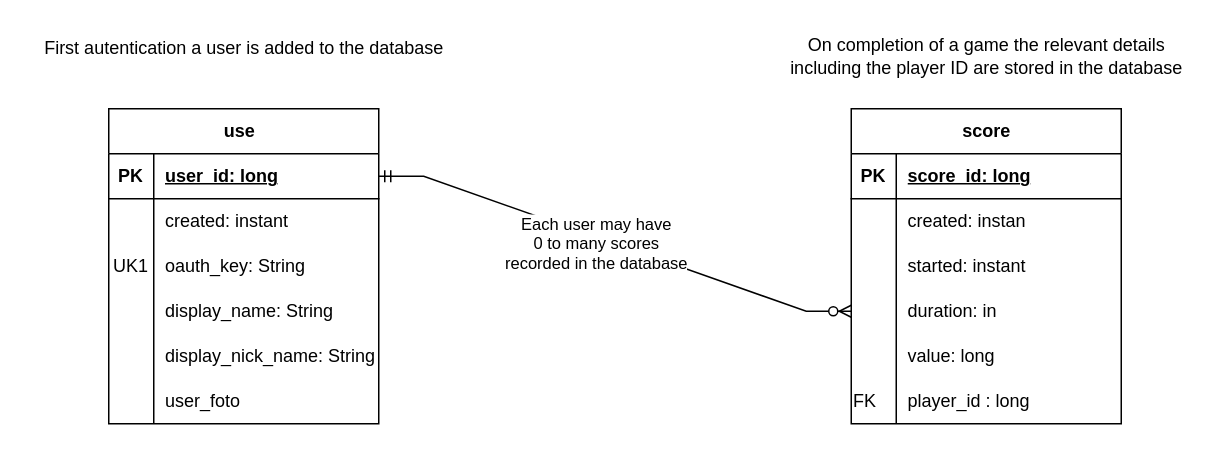
ddc-java-16/gravity-game-Marc0E keeps this draw.io diagram as work/GravityDB.drawio. Above is the earlier version. Source tidied: cells renumbered, new cells numbered last; positions are measured from the earlier drawing's top-left corner, leaving out a move shared by most shapes. Both pictures are drawn from the tidied source at 150%, with x=0, y=0 at pixel (26, 26).
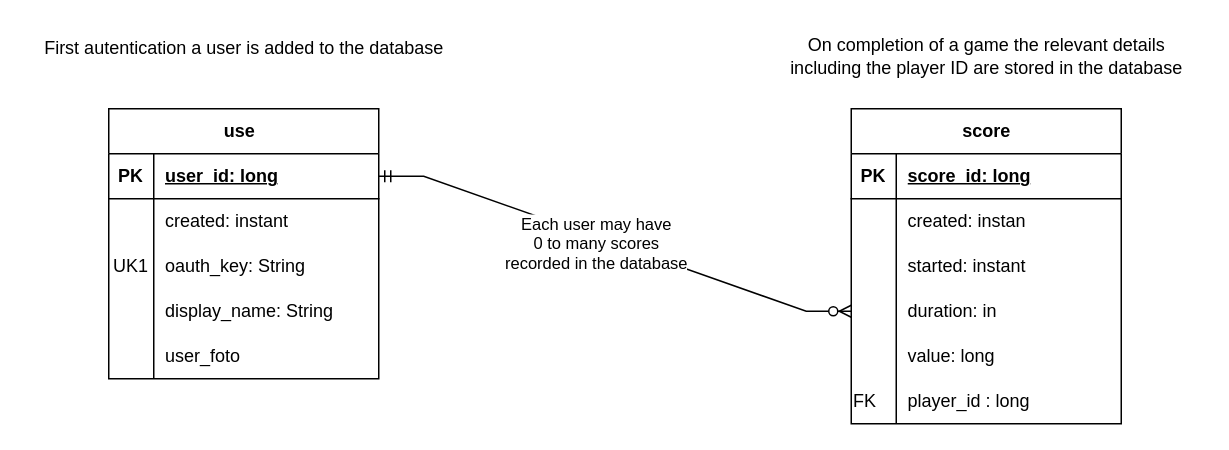
The same page after the edit.

What changed in the source:
```diff
@@
     <mxCell id="22" value="use&lt;span style=&quot;white-space: pre;&quot;&gt;&#9;&lt;/span&gt;" style="shape=table;startSize=30;childLayout=tableLayout;rowLines=0;fontStyle=1;align=center;html=1;" parent="1" vertex="1">
-      <mxGeometry x="55" y="55" width="180" height="210" as="geometry" />
+      <mxGeometry x="55" y="55" width="180" height="180" as="geometry" />
     </mxCell>
@@
-    <mxCell id="35" style="shape=tableRow;horizontal=0;startSize=0;swimlaneHead=0;swimlaneBody=0;fillColor=none;top=0;left=0;right=0;bottom=0;" parent="22" vertex="1">
-      <mxGeometry y="150" width="180" height="30" as="geometry" />
-    </mxCell>
-    <mxCell id="36" style="shape=partialRectangle;fillColor=none;top=0;left=0;bottom=0;right=0;overflow=hidden;whiteSpace=wrap;html=1;" parent="35" vertex="1">
-      <mxGeometry width="30" height="30" as="geometry" />
-    </mxCell>
-    <mxCell id="37" value="display_nick_name: String" style="shape=partialRectangle;fillColor=none;top=0;left=0;bottom=0;right=0;align=left;spacingLeft=6;overflow=hidden;whiteSpace=wrap;html=1;" parent="35" vertex="1">
-      <mxGeometry x="30" width="150" height="30" as="geometry" />
-    </mxCell>
     <mxCell id="38" style="shape=tableRow;horizontal=0;startSize=0;swimlaneHead=0;swimlaneBody=0;fillColor=none;top=0;left=0;right=0;bottom=0;" parent="22" vertex="1">
-      <mxGeometry y="180" width="180" height="30" as="geometry" />
+      <mxGeometry y="150" width="180" height="30" as="geometry" />
     </mxCell>
```
